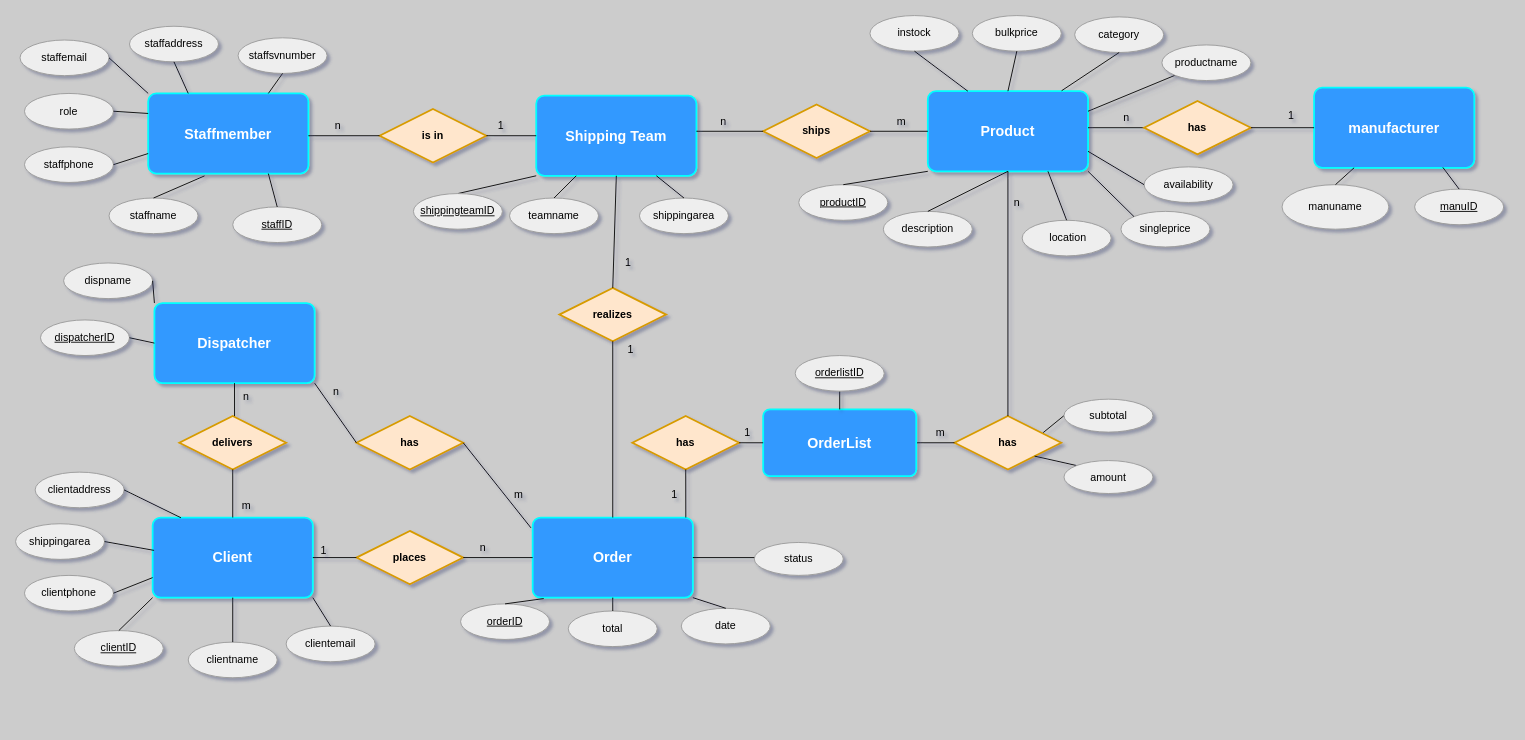
The draw.io diagram re_diagram.drawio in CodeFactoryWien/WF-Java-05, before the edit. Source tidied: cells renumbered, new cells numbered last; positions are measured from the earlier drawing's top-left corner, leaving out a move shared by most shapes. Both pictures are drawn from the tidied source at 89%, with x=0, y=0 at pixel (15, 15).
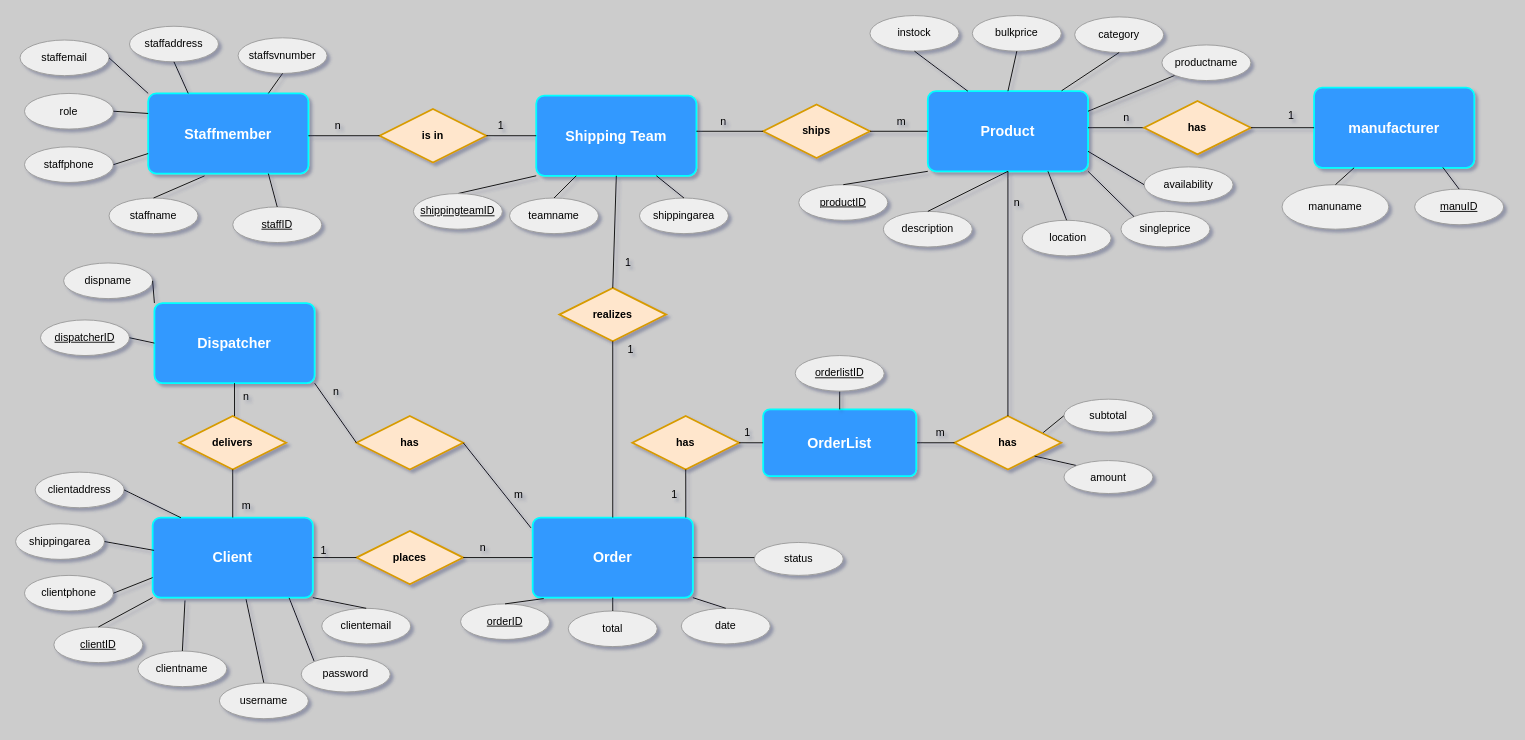
After the change.

Unchanged cells that the change refers to:
```xml
<mxCell id="20" value="Client" style="rounded=1;arcSize=10;whiteSpace=wrap;html=1;align=center;strokeColor=#00FFFF;strokeWidth=2;fillColor=#3399FF;gradientColor=none;fontSize=16;fontColor=#FFFFFF;fontStyle=1;fixDash=0;shadow=0;" parent="1" vertex="1">
  <mxGeometry x="154" y="564" width="180" height="90" as="geometry" />
</mxCell>
```

The edit, as a diff of the source:
```diff
@@
     <mxCell id="21" value="&lt;u&gt;clientID&lt;/u&gt;" style="ellipse;whiteSpace=wrap;html=1;align=center;shadow=0;strokeColor=#999999;fillColor=#eeeeee;fixDash=0;" parent="1" vertex="1">
-      <mxGeometry x="66" y="691" width="100" height="40" as="geometry" />
+      <mxGeometry x="43" y="687" width="100" height="40" as="geometry" />
     </mxCell>
     <mxCell id="22" value="clientname" style="ellipse;whiteSpace=wrap;html=1;align=center;shadow=0;strokeColor=#999999;fillColor=#eeeeee;fixDash=0;" parent="1" vertex="1">
-      <mxGeometry x="194" y="704" width="100" height="40" as="geometry" />
+      <mxGeometry x="137.4" y="714" width="100" height="40" as="geometry" />
     </mxCell>
@@
     <mxCell id="24" value="clientemail" style="ellipse;whiteSpace=wrap;html=1;align=center;shadow=0;strokeColor=#999999;fillColor=#eeeeee;fixDash=0;" parent="1" vertex="1">
-      <mxGeometry x="304" y="686" width="100" height="40" as="geometry" />
+      <mxGeometry x="344" y="666" width="100" height="40" as="geometry" />
     </mxCell>
@@
-    <mxCell id="68" style="endArrow=none;html=1;rounded=0;exitX=0.5;exitY=1;exitDx=0;exitDy=0;entryX=0.5;entryY=0;entryDx=0;entryDy=0;fixDash=0;shadow=0;" parent="1" edge="1" source="20" target="22">
+    <mxCell id="68" style="endArrow=none;html=1;rounded=0;exitX=0.202;exitY=1.035;exitDx=0;exitDy=0;entryX=0.5;entryY=0;entryDx=0;entryDy=0;fixDash=0;shadow=0;exitPerimeter=0;" parent="1" edge="1" source="20" target="22">
       <mxGeometry relative="1" as="geometry" />
     </mxCell>
@@
+    <mxCell id="127" style="edgeStyle=none;rounded=0;jettySize=auto;html=1;exitX=0.5;exitY=0;exitDx=0;exitDy=0;entryX=0.583;entryY=1.019;entryDx=0;entryDy=0;entryPerimeter=0;endArrow=none;endFill=0;" parent="1" edge="1" source="128" target="20">
+      <mxGeometry relative="1" as="geometry" />
+    </mxCell>
+    <mxCell id="128" value="username" style="ellipse;whiteSpace=wrap;html=1;align=center;shadow=0;strokeColor=#999999;fillColor=#eeeeee;fixDash=0;" parent="1" vertex="1">
+      <mxGeometry x="229" y="750" width="100" height="40" as="geometry" />
+    </mxCell>
+    <mxCell id="129" style="edgeStyle=none;rounded=0;jettySize=auto;html=1;exitX=0;exitY=0;exitDx=0;exitDy=0;entryX=0.852;entryY=1.003;entryDx=0;entryDy=0;entryPerimeter=0;endArrow=none;endFill=0;" parent="1" edge="1" source="130" target="20">
+      <mxGeometry relative="1" as="geometry" />
+    </mxCell>
+    <mxCell id="130" value="password" style="ellipse;whiteSpace=wrap;html=1;align=center;shadow=0;strokeColor=#999999;fillColor=#eeeeee;fixDash=0;" parent="1" vertex="1">
+      <mxGeometry x="321" y="720" width="100" height="40" as="geometry" />
+    </mxCell>
```
